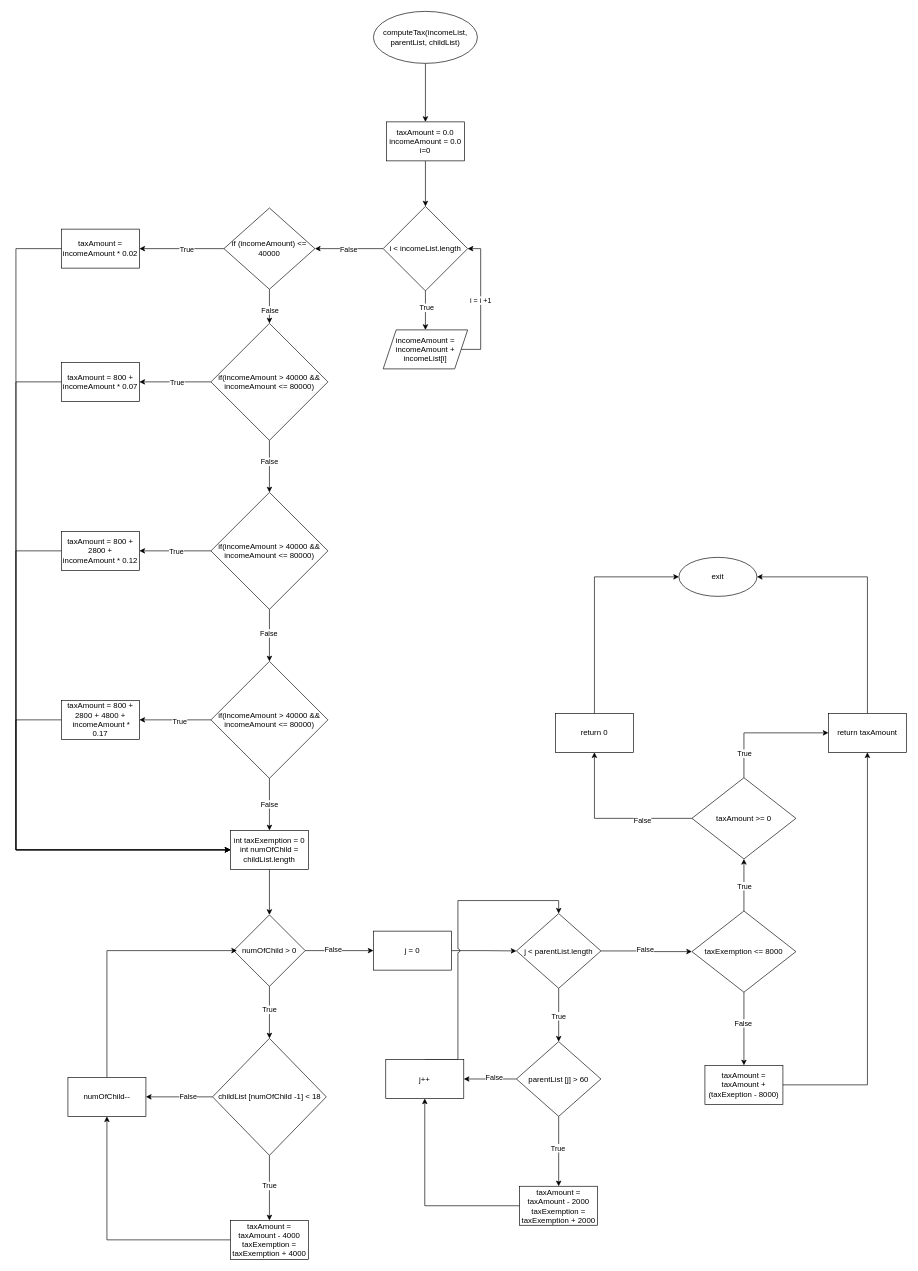
Before: A2_Control_Flow.drawio in ramyareddy-g/flowdiagram, a draw.io diagram. Source tidied: cells renumbered, new cells numbered last; positions are measured from the earlier drawing's top-left corner, leaving out a move shared by most shapes. Both pictures are drawn from the tidied source at 65%, with x=0, y=0 at pixel (16, 11).
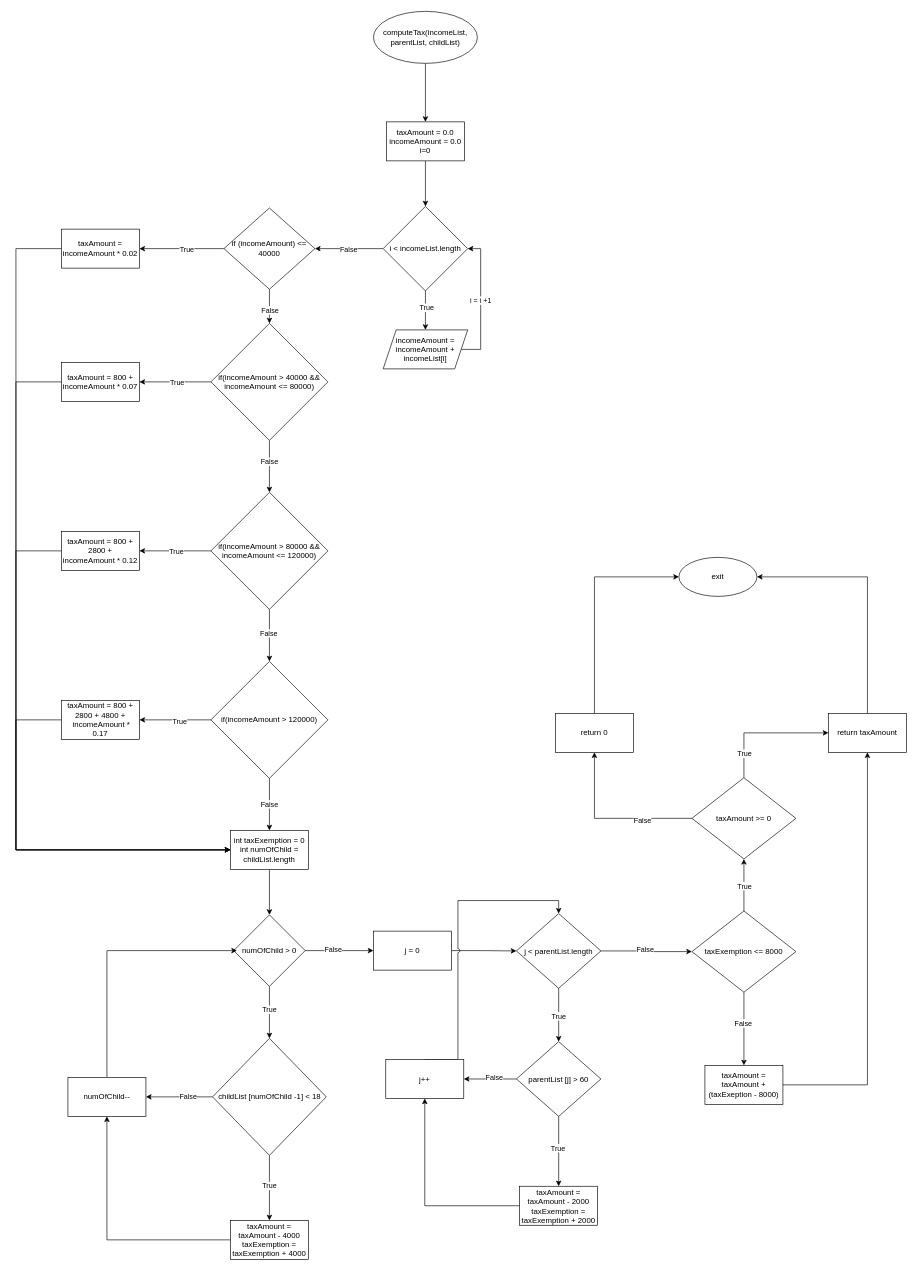
The same diagram, later.

The edit, as a diff of the source:
```diff
@@
-    <mxCell id="29" value="if(incomeAmount &amp;gt; 40000 &amp;amp;&amp;amp; incomeAmount &amp;lt;= 80000)" style="rhombus;whiteSpace=wrap;html=1;" parent="1" vertex="1">
+    <mxCell id="29" value="if(incomeAmount &amp;gt; 80000 &amp;amp;&amp;amp; incomeAmount &amp;lt;= 120000)" style="rhombus;whiteSpace=wrap;html=1;" parent="1" vertex="1">
       <mxGeometry x="300" y="740" width="180" height="180" as="geometry" />
     </mxCell>
@@
-    <mxCell id="33" value="if(incomeAmount &amp;gt; 40000 &amp;amp;&amp;amp; incomeAmount &amp;lt;= 80000)" style="rhombus;whiteSpace=wrap;html=1;" parent="1" vertex="1">
+    <mxCell id="33" value="if(incomeAmount &amp;gt; 120000)" style="rhombus;whiteSpace=wrap;html=1;" parent="1" vertex="1">
       <mxGeometry x="300" y="1000" width="180" height="180" as="geometry" />
     </mxCell>
```
